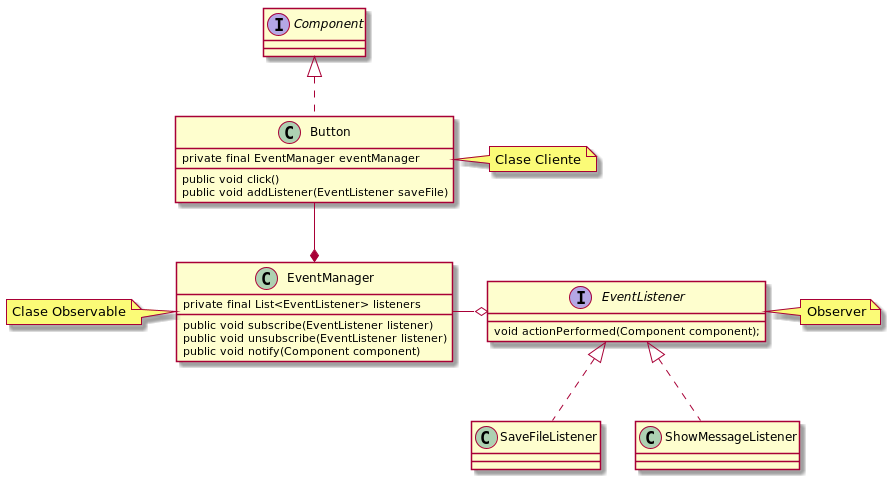
Earlier version of the PlantUML export plantuml/behavioral/observer.png (sauljabin/java-design-patterns).
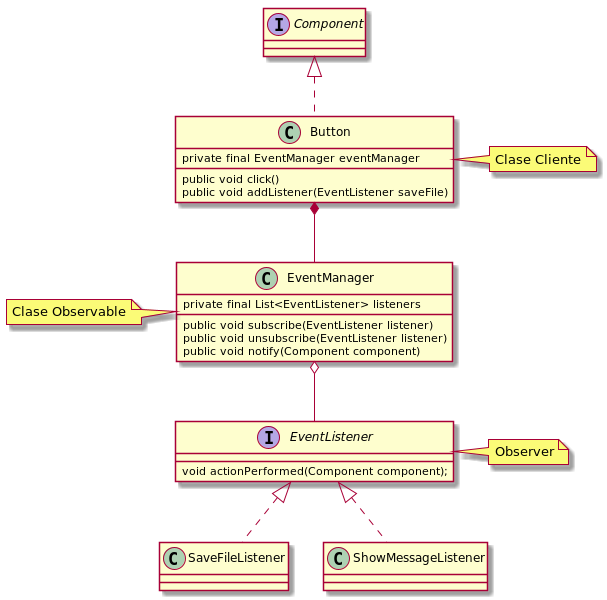
The same file after the commit.

The edit, as a diff of the source:
```diff
@@ -19,8 +19,8 @@
     public void notify(Component component)
 }
 
-EventManager -o EventListener
-Button --* EventManager
+EventManager o-- EventListener
+Button *-- EventManager
 
 note "Clase Cliente" as notecliente
 Button . notecliente
```
